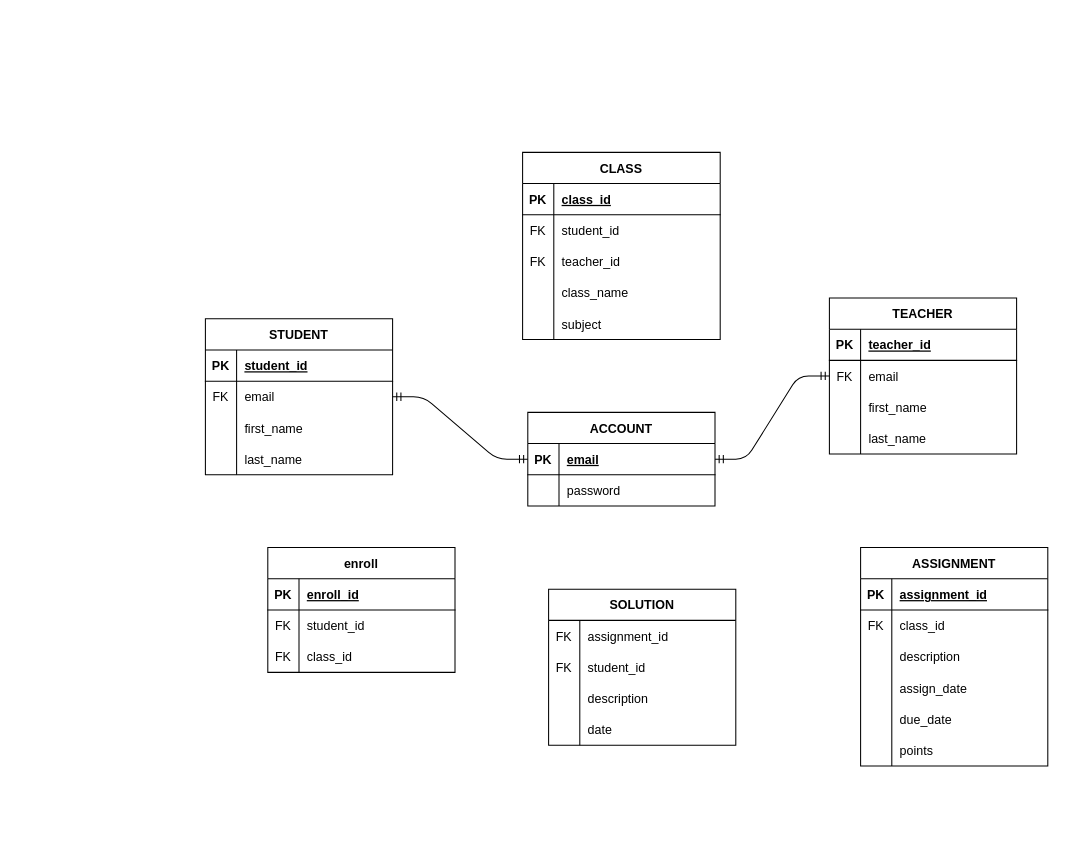
Above: craftx_Relational_model.drawio in anishrsharma/Temp1 (draw.io), before the change. Source tidied: cells renumbered, new cells numbered last; positions are measured from the earlier drawing's top-left corner, leaving out a move shared by most shapes. Both pictures are drawn from the tidied source at 104%, with x=0, y=0 at pixel (205, 152).
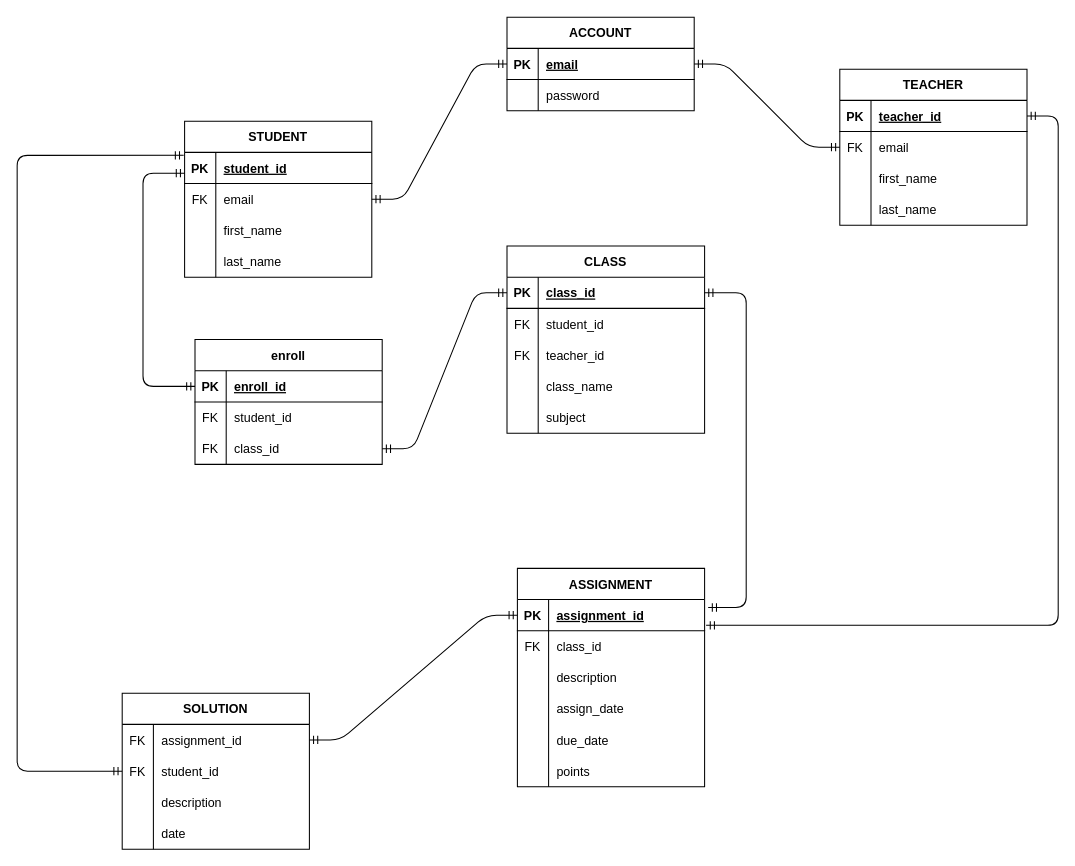
The same diagram, later.

The change refers to these unchanged cells:
```xml
<mxCell id="10" style="shape=partialRectangle;fillColor=none;top=0;left=0;bottom=1;right=0;points=[[0,0.5],[1,0.5]];portConstraint=eastwest;" parent="9" vertex="1">
  <mxGeometry y="30" width="180" height="30" as="geometry" />
</mxCell>
<mxCell id="23" style="shape=partialRectangle;fillColor=none;top=0;left=0;bottom=1;right=0;points=[[0,0.5],[1,0.5]];portConstraint=eastwest;" parent="22" vertex="1">
  <mxGeometry y="30" width="180" height="30" as="geometry" />
</mxCell>
<mxCell id="36" style="shape=partialRectangle;fillColor=none;top=0;left=0;bottom=1;right=0;points=[[0,0.5],[1,0.5]];portConstraint=eastwest;" parent="35" vertex="1">
  <mxGeometry y="30" width="190" height="30" as="geometry" />
</mxCell>
<mxCell id="52" style="shape=partialRectangle;fillColor=none;top=0;left=0;bottom=1;right=0;points=[[0,0.5],[1,0.5]];portConstraint=eastwest;" parent="51" vertex="1">
  <mxGeometry y="30" width="180" height="30" as="geometry" />
</mxCell>
<mxCell id="71" style="shape=partialRectangle;fillColor=none;top=0;left=0;bottom=0;right=0;points=[[0,0.5],[1,0.5]];portConstraint=eastwest;" parent="70" vertex="1">
  <mxGeometry y="30" width="180" height="30" as="geometry" />
</mxCell>
<mxCell id="74" style="shape=partialRectangle;fillColor=none;top=0;left=0;bottom=0;right=0;points=[[0,0.5],[1,0.5]];portConstraint=eastwest;" parent="70" vertex="1">
  <mxGeometry y="60" width="180" height="30" as="geometry" />
</mxCell>
<mxCell id="86" style="shape=partialRectangle;fillColor=none;top=0;left=0;bottom=1;right=0;points=[[0,0.5],[1,0.5]];portConstraint=eastwest;" parent="85" vertex="1">
  <mxGeometry y="30" width="180" height="30" as="geometry" />
</mxCell>
<mxCell id="92" style="shape=partialRectangle;fillColor=none;top=0;left=0;bottom=0;right=0;points=[[0,0.5],[1,0.5]];portConstraint=eastwest;" parent="85" vertex="1">
  <mxGeometry y="90" width="180" height="30" as="geometry" />
</mxCell>
```

Diff of the diagram source:
```diff
@@
     <mxCell id="2" value="ACCOUNT" style="shape=table;startSize=30;childLayout=tableLayout;rowLines=0;fontStyle=1;align=center;" parent="1" vertex="1">
-      <mxGeometry x="310" y="250" width="180" height="90" as="geometry" />
+      <mxGeometry x="290" y="-130" width="180" height="90" as="geometry" />
     </mxCell>
@@
     <mxCell id="9" value="STUDENT" style="shape=table;startSize=30;childLayout=tableLayout;rowLines=0;fontStyle=1;align=center;" parent="1" vertex="1">
-      <mxGeometry y="160" width="180" height="150" as="geometry" />
+      <mxGeometry x="-20" y="-30" width="180" height="150" as="geometry" />
     </mxCell>
@@
     <mxCell id="22" value="TEACHER" style="shape=table;startSize=30;childLayout=tableLayout;rowLines=0;fontStyle=1;align=center;" parent="1" vertex="1">
-      <mxGeometry x="600" y="140" width="180" height="150" as="geometry" />
+      <mxGeometry x="610" y="-80" width="180" height="150" as="geometry" />
     </mxCell>
@@
     <mxCell id="35" value="CLASS" style="shape=table;startSize=30;childLayout=tableLayout;rowLines=0;fontStyle=1;align=center;" parent="1" vertex="1">
-      <mxGeometry x="305" width="190" height="180" as="geometry" />
+      <mxGeometry x="290" y="90" width="190" height="180" as="geometry" />
     </mxCell>
@@
     <mxCell id="51" value="ASSIGNMENT" style="shape=table;startSize=30;childLayout=tableLayout;rowLines=0;fontStyle=1;align=center;" parent="1" vertex="1">
-      <mxGeometry x="630" y="380" width="180" height="210" as="geometry" />
+      <mxGeometry x="300" y="400" width="180" height="210" as="geometry" />
     </mxCell>
@@
     <mxCell id="70" value="SOLUTION" style="shape=table;startSize=30;childLayout=tableLayout;rowLines=0;fontStyle=1;align=center;" parent="1" vertex="1">
-      <mxGeometry x="330" y="420" width="180" height="150" as="geometry" />
+      <mxGeometry x="-80" y="520" width="180" height="150" as="geometry" />
     </mxCell>
@@
     <mxCell id="85" value="enroll" style="shape=table;startSize=30;childLayout=tableLayout;rowLines=0;fontStyle=1;align=center;" parent="1" vertex="1">
-      <mxGeometry x="60" y="380" width="180" height="120" as="geometry" />
+      <mxGeometry x="-10" y="180" width="180" height="120" as="geometry" />
     </mxCell>
@@
+    <mxCell id="95" style="edgeStyle=orthogonalEdgeStyle;fontSize=12;html=1;endArrow=ERmandOne;startArrow=ERmandOne;exitX=0;exitY=0.5;exitDx=0;exitDy=0;" parent="1" edge="1" source="86">
+      <mxGeometry relative="1" as="geometry">
+        <mxPoint x="-20" y="20" as="targetPoint" />
+        <Array as="points">
+          <mxPoint x="-60" y="225" />
+          <mxPoint x="-60" y="20" />
+        </Array>
+      </mxGeometry>
+    </mxCell>
+    <mxCell id="96" style="edgeStyle=entityRelationEdgeStyle;fontSize=12;html=1;endArrow=ERmandOne;startArrow=ERmandOne;entryX=0;entryY=0.5;entryDx=0;entryDy=0;exitX=1;exitY=0.5;exitDx=0;exitDy=0;" parent="1" edge="1" source="92" target="36">
+      <mxGeometry relative="1" as="geometry" />
+    </mxCell>
+    <mxCell id="97" style="edgeStyle=orthogonalEdgeStyle;fontSize=12;html=1;endArrow=ERmandOne;startArrow=ERmandOne;entryX=1;entryY=0.5;entryDx=0;entryDy=0;exitX=1.019;exitY=0.254;exitDx=0;exitDy=0;exitPerimeter=0;" parent="1" edge="1" source="52" target="36">
+      <mxGeometry relative="1" as="geometry">
+        <Array as="points">
+          <mxPoint x="520" y="438" />
+          <mxPoint x="520" y="135" />
+        </Array>
+      </mxGeometry>
+    </mxCell>
+    <mxCell id="98" style="edgeStyle=orthogonalEdgeStyle;fontSize=12;html=1;endArrow=ERmandOne;startArrow=ERmandOne;entryX=1;entryY=0.5;entryDx=0;entryDy=0;exitX=1.008;exitY=0.825;exitDx=0;exitDy=0;exitPerimeter=0;" parent="1" edge="1" source="52" target="23">
+      <mxGeometry relative="1" as="geometry">
+        <Array as="points">
+          <mxPoint x="820" y="455" />
+          <mxPoint x="820" y="-35" />
+        </Array>
+      </mxGeometry>
+    </mxCell>
+    <mxCell id="99" style="edgeStyle=entityRelationEdgeStyle;fontSize=12;html=1;endArrow=ERmandOne;startArrow=ERmandOne;entryX=0;entryY=0.5;entryDx=0;entryDy=0;exitX=1;exitY=0.5;exitDx=0;exitDy=0;" parent="1" edge="1" source="71" target="52">
+      <mxGeometry relative="1" as="geometry" />
+    </mxCell>
+    <mxCell id="100" style="edgeStyle=orthogonalEdgeStyle;fontSize=12;html=1;endArrow=ERmandOne;startArrow=ERmandOne;entryX=-0.005;entryY=0.095;entryDx=0;entryDy=0;exitX=0;exitY=0.5;exitDx=0;exitDy=0;entryPerimeter=0;" parent="1" edge="1" source="74" target="10">
+      <mxGeometry relative="1" as="geometry">
+        <Array as="points">
+          <mxPoint x="-181" y="595" />
+          <mxPoint x="-181" y="3" />
+        </Array>
+      </mxGeometry>
+    </mxCell>
```
